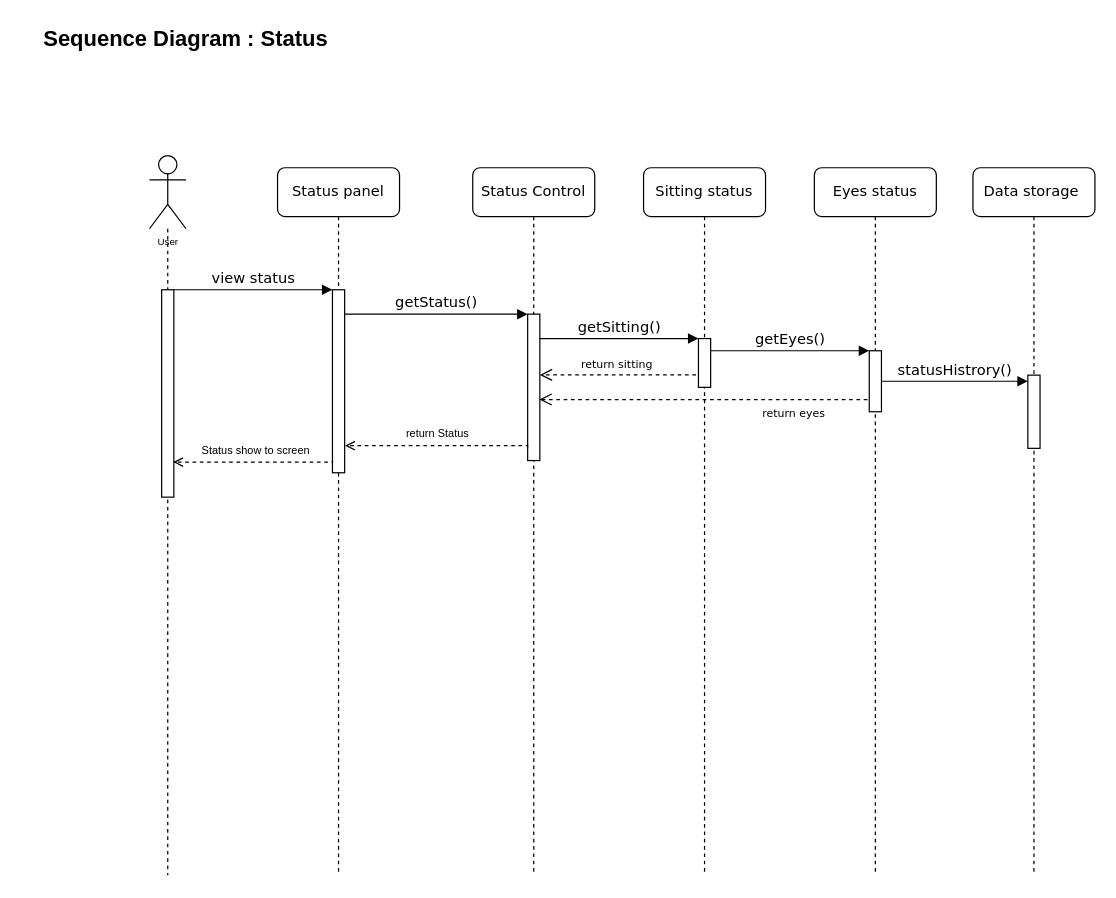
Above: page "Status" (3 of 4) of Sequence_diagram.drawio in astrrr/Right-posture (draw.io), before the change. Source tidied: cells renumbered, new cells numbered last; positions are measured from the earlier drawing's top-left corner, leaving out a move shared by most shapes. Both pictures are drawn from the tidied source at 122%, with x=0, y=0 at pixel (21, 21).
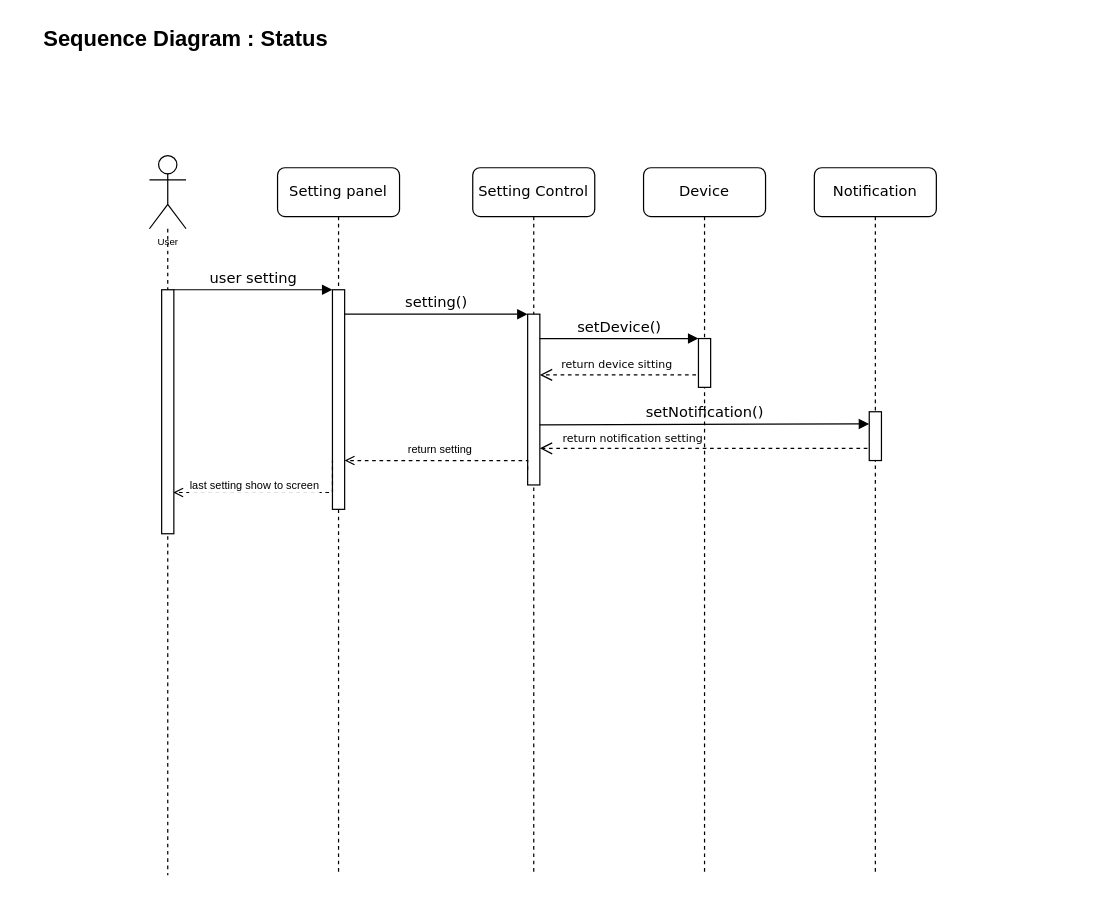
Above is the later version.

Commit message (it also covers changes not shown here):
add Status Sequence flow

The change refers to these unchanged cells:
```xml
<mxCell id="5" style="edgeStyle=orthogonalEdgeStyle;rounded=0;jettySize=auto;html=1;fontSize=18;endArrow=open;endFill=0;dashed=1;entryX=0.949;entryY=0.831;entryDx=0;entryDy=0;entryPerimeter=0;" parent="3" edge="1" target="24">
  <mxGeometry relative="1" as="geometry">
    <mxPoint x="45" y="241" as="sourcePoint" />
    <Array as="points">
      <mxPoint x="45" y="240" />
      <mxPoint x="45" y="241" />
    </Array>
  </mxGeometry>
</mxCell>
<mxCell id="11" style="html=1;points=[];perimeter=orthogonalPerimeter;rounded=0;shadow=0;comic=0;labelBackgroundColor=none;strokeWidth=1;fontFamily=Verdana;fontSize=12;align=center;" parent="1" vertex="1">
  <mxGeometry x="555" y="260" width="10" height="40" as="geometry" />
</mxCell>
```

What changed in the source:
```diff
@@
-    <mxCell id="3" value="Status panel" style="shape=umlLifeline;perimeter=lifelinePerimeter;whiteSpace=wrap;html=1;rounded=1;shadow=0;comic=0;labelBackgroundColor=none;strokeWidth=1;fontFamily=Verdana;fontSize=12;align=center;" parent="1" vertex="1">
+    <mxCell id="3" value="Setting panel" style="shape=umlLifeline;perimeter=lifelinePerimeter;whiteSpace=wrap;html=1;rounded=1;shadow=0;comic=0;labelBackgroundColor=none;strokeWidth=1;fontFamily=Verdana;fontSize=12;align=center;" parent="1" vertex="1">
       <mxGeometry x="210" y="120" width="100" height="580" as="geometry" />
     </mxCell>
     <mxCell id="4" style="html=1;points=[];perimeter=orthogonalPerimeter;rounded=0;shadow=0;comic=0;labelBackgroundColor=none;strokeWidth=1;fontFamily=Verdana;fontSize=12;align=center;" parent="3" vertex="1">
-      <mxGeometry x="45" y="100" width="10" height="150" as="geometry" />
+      <mxGeometry x="45" y="100" width="10" height="180" as="geometry" />
     </mxCell>
@@
-    <mxCell id="6" value="Status show to screen" style="edgeLabel;html=1;align=center;verticalAlign=middle;fontSize=9;" parent="5" vertex="1">
+    <mxCell id="6" value="last setting show to screen" style="edgeLabel;html=1;align=center;verticalAlign=middle;fontSize=9;" parent="5" vertex="1">
       <mxGeometry x="0.17" y="1" relative="1" as="geometry">
-        <mxPoint x="12" y="-11" as="offset" />
+        <mxPoint y="-7" as="offset" />
       </mxGeometry>
     </mxCell>
-    <mxCell id="7" value="Status Control" style="shape=umlLifeline;perimeter=lifelinePerimeter;whiteSpace=wrap;html=1;rounded=1;shadow=0;comic=0;labelBackgroundColor=none;strokeWidth=1;fontFamily=Verdana;fontSize=12;align=center;" parent="1" vertex="1">
+    <mxCell id="7" value="Setting Control" style="shape=umlLifeline;perimeter=lifelinePerimeter;whiteSpace=wrap;html=1;rounded=1;shadow=0;comic=0;labelBackgroundColor=none;strokeWidth=1;fontFamily=Verdana;fontSize=12;align=center;" parent="1" vertex="1">
       <mxGeometry x="370" y="120" width="100" height="580" as="geometry" />
     </mxCell>
     <mxCell id="8" style="html=1;points=[];perimeter=orthogonalPerimeter;rounded=0;shadow=0;comic=0;labelBackgroundColor=none;strokeWidth=1;fontFamily=Verdana;fontSize=12;align=center;" parent="7" vertex="1">
-      <mxGeometry x="45" y="120" width="10" height="120" as="geometry" />
+      <mxGeometry x="45" y="120" width="10" height="140" as="geometry" />
     </mxCell>
-    <mxCell id="9" value="Sitting status" style="shape=umlLifeline;perimeter=lifelinePerimeter;whiteSpace=wrap;html=1;rounded=1;shadow=0;comic=0;labelBackgroundColor=none;strokeWidth=1;fontFamily=Verdana;fontSize=12;align=center;" parent="1" vertex="1">
+    <mxCell id="9" value="Device" style="shape=umlLifeline;perimeter=lifelinePerimeter;whiteSpace=wrap;html=1;rounded=1;shadow=0;comic=0;labelBackgroundColor=none;strokeWidth=1;fontFamily=Verdana;fontSize=12;align=center;" parent="1" vertex="1">
       <mxGeometry x="510" y="120" width="100" height="580" as="geometry" />
     </mxCell>
-    <mxCell id="10" value="&lt;font style=&quot;font-size: 9px&quot;&gt;return sitting&lt;/font&gt;" style="html=1;verticalAlign=bottom;endArrow=open;dashed=1;endSize=8;labelBackgroundColor=none;fontFamily=Verdana;fontSize=12;edgeStyle=elbowEdgeStyle;elbow=vertical;" parent="9" edge="1">
+    <mxCell id="10" value="&lt;font style=&quot;font-size: 9px&quot;&gt;return device sitting&lt;/font&gt;" style="html=1;verticalAlign=bottom;endArrow=open;dashed=1;endSize=8;labelBackgroundColor=none;fontFamily=Verdana;fontSize=12;edgeStyle=elbowEdgeStyle;elbow=vertical;" parent="9" edge="1">
       <mxGeometry x="0.01" relative="1" as="geometry">
         <mxPoint x="43" y="169.8" as="sourcePoint" />
         <mxPoint x="-85" y="169.8" as="targetPoint" />
         <Array as="points">
           <mxPoint x="-1" y="169.8" />
           <mxPoint x="29" y="169.8" />
           <mxPoint x="-41" y="169.8" />
           <mxPoint x="315" y="169.8" />
           <mxPoint x="159" y="169.8" />
           <mxPoint x="-31" y="135.8" />
           <mxPoint x="-21" y="129.8" />
           <mxPoint x="129" y="129.8" />
           <mxPoint x="159" y="129.8" />
         </Array>
       </mxGeometry>
     </mxCell>
@@
-    <mxCell id="12" value="getSitting()" style="html=1;verticalAlign=bottom;endArrow=block;labelBackgroundColor=none;fontFamily=Verdana;fontSize=12;edgeStyle=elbowEdgeStyle;elbow=vertical;" parent="1" edge="1" source="8" target="11">
+    <mxCell id="12" value="setDevice()" style="html=1;verticalAlign=bottom;endArrow=block;labelBackgroundColor=none;fontFamily=Verdana;fontSize=12;edgeStyle=elbowEdgeStyle;elbow=vertical;" parent="1" edge="1" source="8" target="11">
       <mxGeometry relative="1" as="geometry">
         <Array as="points">
           <mxPoint x="430" y="260" />
         </Array>
       </mxGeometry>
     </mxCell>
-    <mxCell id="13" value="getEyes()" style="html=1;verticalAlign=bottom;endArrow=block;entryX=0;entryY=0;labelBackgroundColor=none;fontFamily=Verdana;fontSize=12;edgeStyle=elbowEdgeStyle;elbow=vertical;" parent="1" edge="1" source="11" target="26">
-      <mxGeometry relative="1" as="geometry" />
+    <mxCell id="13" value="setNotification()" style="html=1;verticalAlign=bottom;endArrow=block;entryX=-0.003;entryY=0.262;labelBackgroundColor=none;fontFamily=Verdana;fontSize=12;edgeStyle=elbowEdgeStyle;elbow=vertical;entryDx=0;entryDy=0;entryPerimeter=0;exitX=0.987;exitY=0.648;exitDx=0;exitDy=0;exitPerimeter=0;" parent="1" edge="1" source="8" target="26">
+      <mxGeometry relative="1" as="geometry">
+        <Array as="points">
+          <mxPoint x="650" y="330" />
+          <mxPoint x="510" y="320" />
+        </Array>
+      </mxGeometry>
     </mxCell>
-    <mxCell id="14" value="view status" style="html=1;verticalAlign=bottom;endArrow=block;entryX=0;entryY=0;labelBackgroundColor=none;fontFamily=Verdana;fontSize=12;edgeStyle=elbowEdgeStyle;elbow=vertical;" parent="1" edge="1" source="24" target="4">
+    <mxCell id="14" value="user setting" style="html=1;verticalAlign=bottom;endArrow=block;entryX=0;entryY=0;labelBackgroundColor=none;fontFamily=Verdana;fontSize=12;edgeStyle=elbowEdgeStyle;elbow=vertical;" parent="1" edge="1" source="24" target="4">
       <mxGeometry relative="1" as="geometry" />
     </mxCell>
-    <mxCell id="15" value="getStatus()" style="html=1;verticalAlign=bottom;endArrow=block;entryX=0;entryY=0;labelBackgroundColor=none;fontFamily=Verdana;fontSize=12;edgeStyle=elbowEdgeStyle;elbow=vertical;" parent="1" edge="1" source="4" target="8">
+    <mxCell id="15" value="setting()" style="html=1;verticalAlign=bottom;endArrow=block;entryX=0;entryY=0;labelBackgroundColor=none;fontFamily=Verdana;fontSize=12;edgeStyle=elbowEdgeStyle;elbow=vertical;" parent="1" edge="1" source="4" target="8">
       <mxGeometry relative="1" as="geometry" />
     </mxCell>
-    <mxCell id="16" value="Eyes status" style="shape=umlLifeline;perimeter=lifelinePerimeter;whiteSpace=wrap;html=1;outlineConnect=0;rounded=1;shadow=0;comic=0;labelBackgroundColor=none;strokeWidth=1;fontFamily=Verdana;fontSize=12;align=center;" parent="1" vertex="1">
+    <mxCell id="16" value="Notification" style="shape=umlLifeline;perimeter=lifelinePerimeter;whiteSpace=wrap;html=1;outlineConnect=0;rounded=1;shadow=0;comic=0;labelBackgroundColor=none;strokeWidth=1;fontFamily=Verdana;fontSize=12;align=center;" parent="1" vertex="1">
       <mxGeometry x="650" y="120" width="100" height="580" as="geometry" />
     </mxCell>
-    <mxCell id="17" style="edgeStyle=orthogonalEdgeStyle;rounded=0;jettySize=auto;html=1;fontSize=18;endArrow=open;endFill=0;dashed=1;exitX=-0.003;exitY=0.911;exitDx=0;exitDy=0;exitPerimeter=0;entryX=1.035;entryY=0.852;entryDx=0;entryDy=0;entryPerimeter=0;" parent="1" edge="1" source="8" target="4">
+    <mxCell id="17" style="edgeStyle=orthogonalEdgeStyle;rounded=0;jettySize=auto;html=1;fontSize=18;endArrow=open;endFill=0;dashed=1;exitX=-0.003;exitY=0.911;exitDx=0;exitDy=0;exitPerimeter=0;" parent="1" edge="1" source="8">
       <mxGeometry relative="1" as="geometry">
+        <mxPoint x="265" y="360" as="targetPoint" />
         <Array as="points">
-          <mxPoint x="415" y="348" />
+          <mxPoint x="415" y="360" />
+          <mxPoint x="265" y="360" />
         </Array>
       </mxGeometry>
     </mxCell>
-    <mxCell id="18" value="return Status" style="edgeLabel;html=1;align=center;verticalAlign=middle;fontSize=9;" parent="17" vertex="1">
+    <mxCell id="18" value="return setting" style="edgeLabel;html=1;align=center;verticalAlign=middle;fontSize=9;" parent="17" vertex="1">
       <mxGeometry x="0.17" y="1" relative="1" as="geometry">
         <mxPoint x="12" y="-11" as="offset" />
       </mxGeometry>
     </mxCell>
-    <mxCell id="19" value="Data storage&amp;nbsp;" style="shape=umlLifeline;perimeter=lifelinePerimeter;whiteSpace=wrap;html=1;rounded=1;shadow=0;comic=0;labelBackgroundColor=none;strokeWidth=1;fontFamily=Verdana;fontSize=12;align=center;" parent="1" vertex="1">
-      <mxGeometry x="780" y="120" width="100" height="580" as="geometry" />
-    </mxCell>
-    <mxCell id="20" style="html=1;perimeter=orthogonalPerimeter;" parent="19" vertex="1">
-      <mxGeometry x="45" y="170" width="10" height="60" as="geometry" />
-    </mxCell>
-    <mxCell id="21" value="statusHistrory()" style="html=1;verticalAlign=bottom;endArrow=block;entryX=0;entryY=0;labelBackgroundColor=none;fontFamily=Verdana;fontSize=12;edgeStyle=elbowEdgeStyle;elbow=vertical;" parent="19" edge="1">
-      <mxGeometry relative="1" as="geometry">
-        <mxPoint x="-75" y="175" as="sourcePoint" />
-        <mxPoint x="45" y="174.8" as="targetPoint" />
-        <Array as="points">
-          <mxPoint x="10" y="175" />
-        </Array>
-      </mxGeometry>
-    </mxCell>
@@
     <mxCell id="24" style="html=1;points=[];perimeter=orthogonalPerimeter;rounded=0;shadow=0;comic=0;labelBackgroundColor=none;strokeWidth=1;fontFamily=Verdana;fontSize=12;align=center;" parent="1" vertex="1">
-      <mxGeometry x="115" y="220" width="10" height="170" as="geometry" />
+      <mxGeometry x="115" y="220" width="10" height="200" as="geometry" />
     </mxCell>
-    <mxCell id="25" value="&lt;font style=&quot;font-size: 9px&quot;&gt;return eyes&lt;/font&gt;" style="html=1;verticalAlign=bottom;endArrow=open;dashed=1;endSize=8;labelBackgroundColor=none;fontFamily=Verdana;fontSize=12;edgeStyle=elbowEdgeStyle;elbow=vertical;entryX=0.965;entryY=0.583;entryDx=0;entryDy=0;entryPerimeter=0;" parent="1" edge="1" source="16" target="8">
-      <mxGeometry x="-0.51" y="20" relative="1" as="geometry">
+    <mxCell id="25" value="&lt;font style=&quot;font-size: 9px&quot;&gt;return notification setting&lt;/font&gt;" style="html=1;verticalAlign=bottom;endArrow=open;dashed=1;endSize=8;labelBackgroundColor=none;fontFamily=Verdana;fontSize=12;edgeStyle=elbowEdgeStyle;elbow=vertical;" parent="1" edge="1" source="16">
+      <mxGeometry x="0.45" relative="1" as="geometry">
+        <mxPoint x="425" y="350" as="targetPoint" />
         <Array as="points">
+          <mxPoint x="690" y="350" />
+          <mxPoint x="540" y="350" />
+          <mxPoint x="600" y="350" />
+          <mxPoint x="640" y="330" />
           <mxPoint x="650" y="310" />
           <mxPoint x="511" y="319.7" />
           <mxPoint x="541" y="319.7" />
           <mxPoint x="471" y="319.7" />
           <mxPoint x="827" y="319.7" />
           <mxPoint x="671" y="319.7" />
           <mxPoint x="481" y="285.7" />
           <mxPoint x="491" y="279.7" />
           <mxPoint x="641" y="279.7" />
           <mxPoint x="671" y="279.7" />
         </Array>
       </mxGeometry>
     </mxCell>
     <mxCell id="26" style="html=1;points=[];perimeter=orthogonalPerimeter;rounded=0;shadow=0;comic=0;labelBackgroundColor=none;strokeWidth=1;fontFamily=Verdana;fontSize=12;align=center;" parent="1" vertex="1">
-      <mxGeometry x="695" y="270" width="10" height="50" as="geometry" />
+      <mxGeometry x="695" y="320" width="10" height="40" as="geometry" />
     </mxCell>
```
